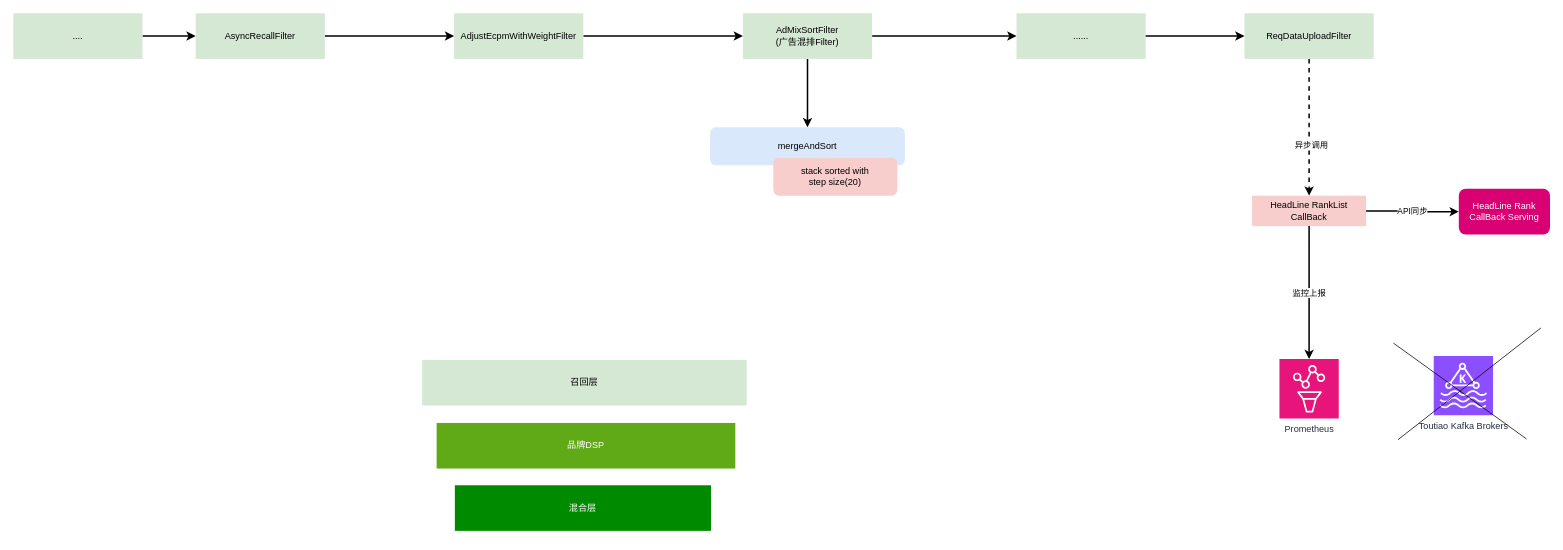
Earlier version of the draw.io diagram page "头条预估动态算力建设" (2 of 35) of universal-engine/brand_dsp_architecture.drawio (karlchan-cn/drawio-repository). Source tidied: cells renumbered, new cells numbered last; positions are measured from the earlier drawing's top-left corner, leaving out a move shared by most shapes. Both pictures are drawn from the tidied source at 76%, with x=0, y=0 at pixel (13, 13).
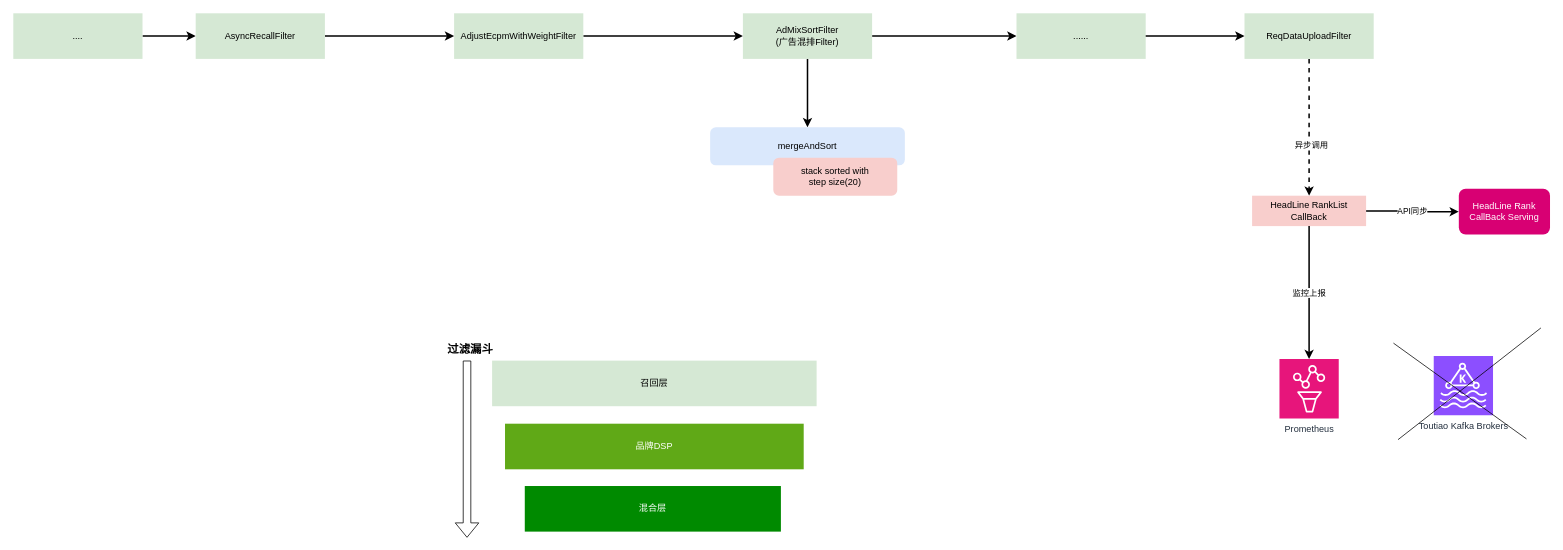
The same page after the edit.

The edit, as a diff of the source:
```diff
@@
     <mxCell id="26" value="召回层" style="rounded=0;whiteSpace=wrap;html=1;fillColor=#d5e8d4;strokeColor=none;" parent="1" vertex="1">
-      <mxGeometry x="538" y="456" width="427" height="60" as="geometry" />
+      <mxGeometry x="630" y="457" width="427" height="60" as="geometry" />
     </mxCell>
     <mxCell id="27" value="品牌DSP" style="rounded=0;whiteSpace=wrap;html=1;fillColor=#60a917;strokeColor=none;fontColor=#ffffff;" parent="1" vertex="1">
-      <mxGeometry x="557" y="539" width="393" height="60" as="geometry" />
+      <mxGeometry x="647" y="540" width="393" height="60" as="geometry" />
     </mxCell>
     <mxCell id="28" value="混合层" style="rounded=0;whiteSpace=wrap;html=1;fillColor=#008a00;strokeColor=none;fontColor=#ffffff;" parent="1" vertex="1">
-      <mxGeometry x="581" y="621" width="337" height="60" as="geometry" />
+      <mxGeometry x="673" y="622" width="337" height="60" as="geometry" />
     </mxCell>
+    <mxCell id="29" style="shape=flexArrow;endArrow=classic;html=1;rounded=0;" parent="1" edge="1">
+      <mxGeometry relative="1" as="geometry">
+        <mxPoint x="597" y="457" as="sourcePoint" />
+        <mxPoint x="597" y="690" as="targetPoint" />
+      </mxGeometry>
+    </mxCell>
+    <mxCell id="30" value="过滤漏斗" style="text;html=1;align=center;verticalAlign=middle;whiteSpace=wrap;rounded=0;fontSize=15;fontStyle=1;" parent="1" vertex="1">
+      <mxGeometry x="553" y="427" width="97" height="30" as="geometry" />
+    </mxCell>
```
